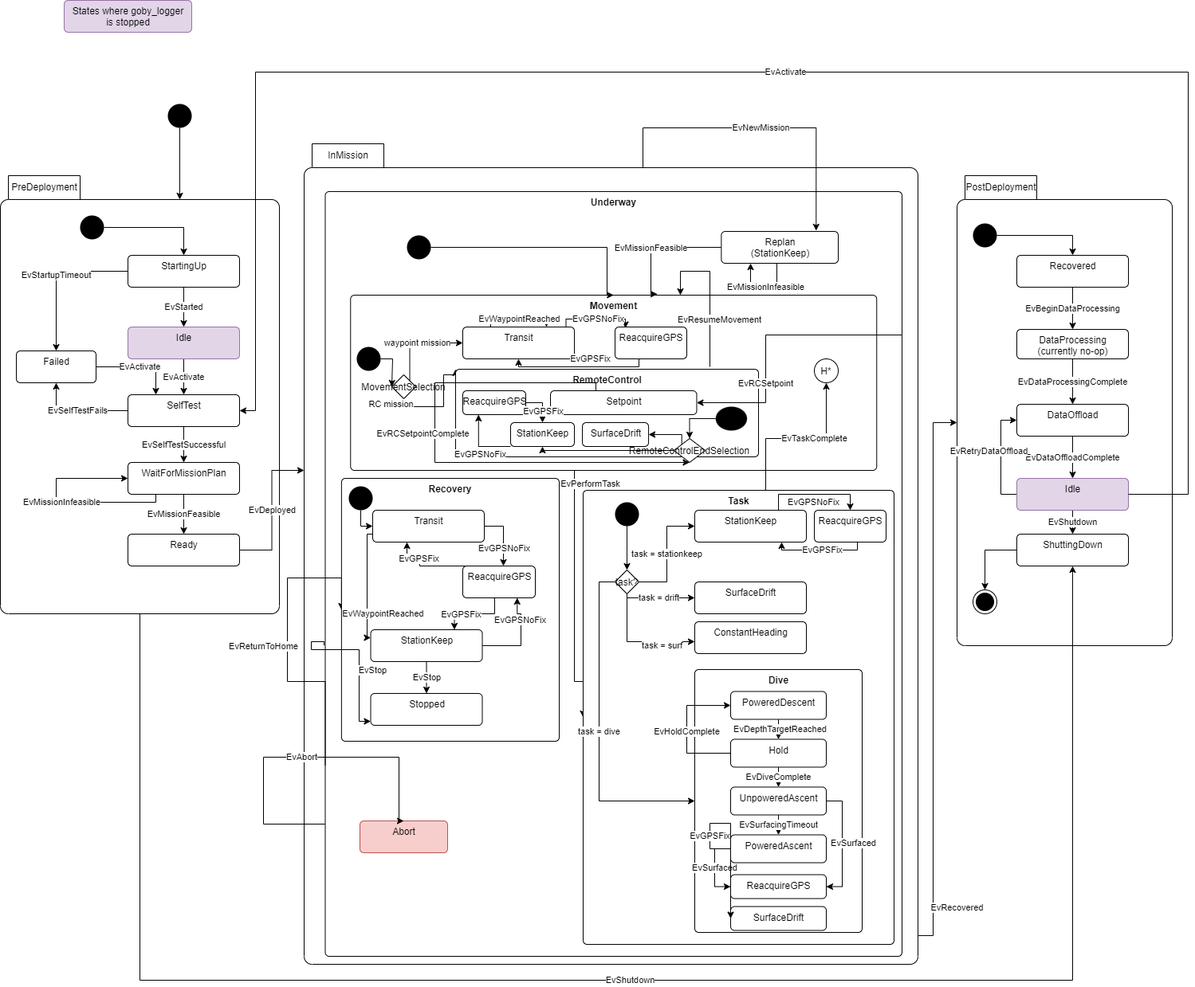
Above: src/doc/figures/mission-states.png in jaiarobotics/jaiabot (draw.io), before the change. Source tidied: cells renumbered, new cells last; positions are measured from the earlier drawing's top-left corner, leaving out a move shared by most shapes.
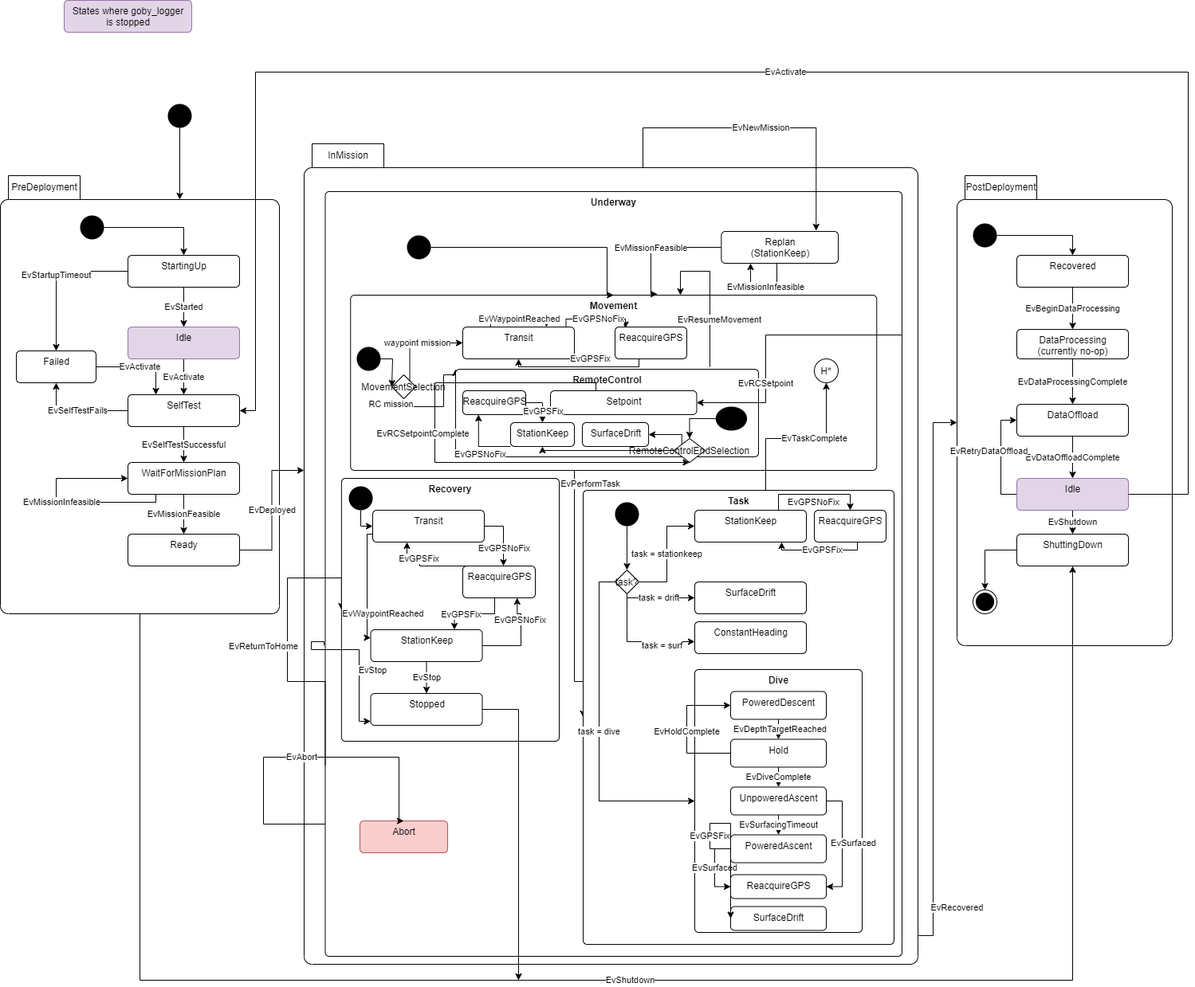
The same file after the commit.

Commit message:
Updated mission state diagram to include shutdown from state stopped

Diff of the diagram source:
```diff
@@ -596,5 +596,13 @@
     <mxCell id="129" value="States where goby_logger&lt;br&gt;is stopped" style="html=1;align=center;verticalAlign=top;rounded=1;absoluteArcSize=1;arcSize=10;dashed=0;fillColor=#e1d5e7;strokeColor=#9673a6;" parent="1" vertex="1">
       <mxGeometry x="80" width="160" height="40" as="geometry" />
     </mxCell>
+    <mxCell id="130" style="endArrow=classic;html=1;rounded=0;exitX=1;exitY=0.5;exitDx=0;exitDy=0;" parent="1" edge="1" source="56">
+      <mxGeometry relative="1" as="geometry">
+        <mxPoint x="650" y="1230" as="targetPoint" />
+        <Array as="points">
+          <mxPoint x="650" y="890" />
+        </Array>
+      </mxGeometry>
+    </mxCell>
   </root>
 </mxGraphModel>
```
